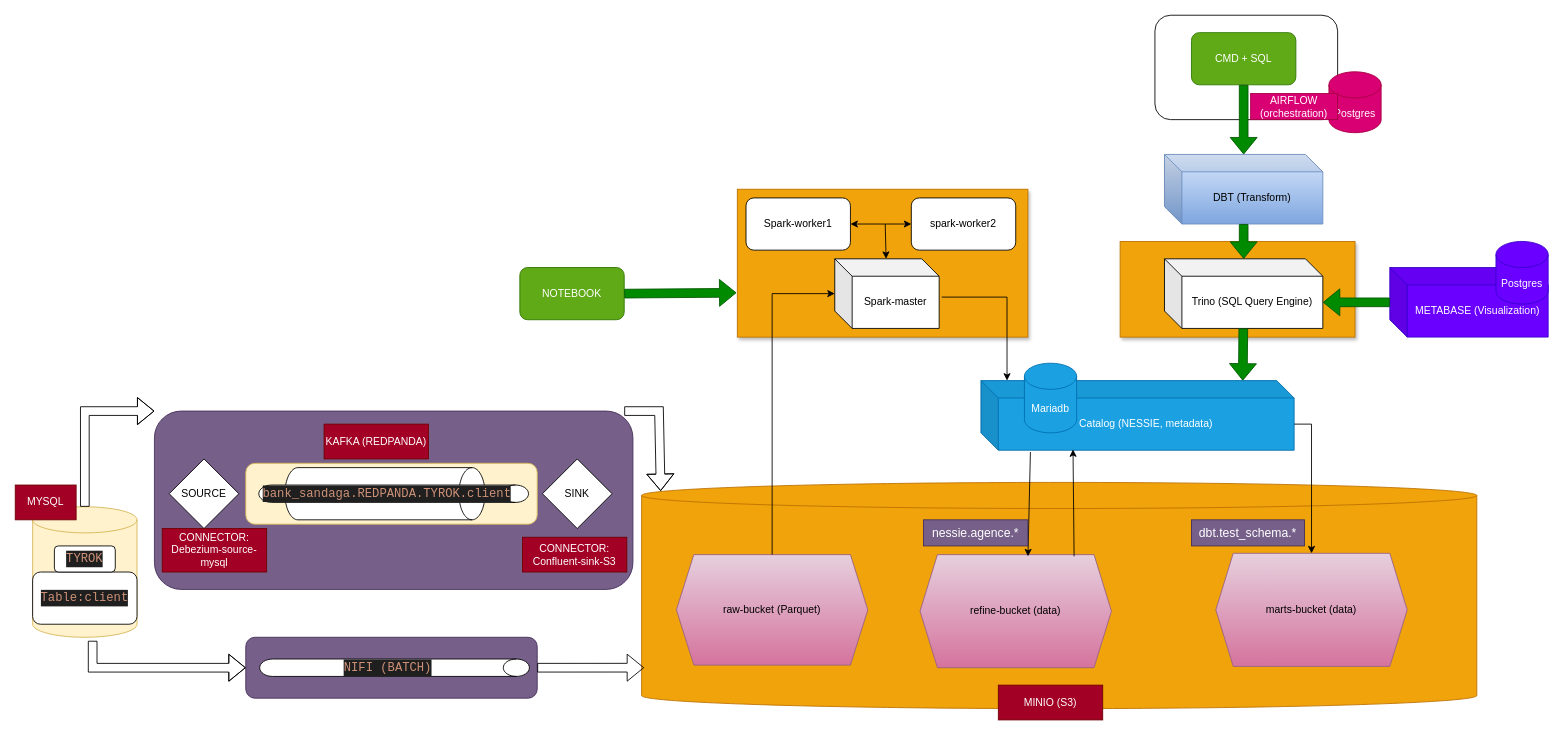
The draw.io diagram images/archi.drawio in jacquesatsaghe/bigdata_nanp, before the edit. Source tidied: cells renumbered, new cells numbered last; positions are measured from the earlier drawing's top-left corner, leaving out a move shared by most shapes. Both pictures are drawn from the tidied source at 87%, with x=0, y=0 at pixel (15, 15).
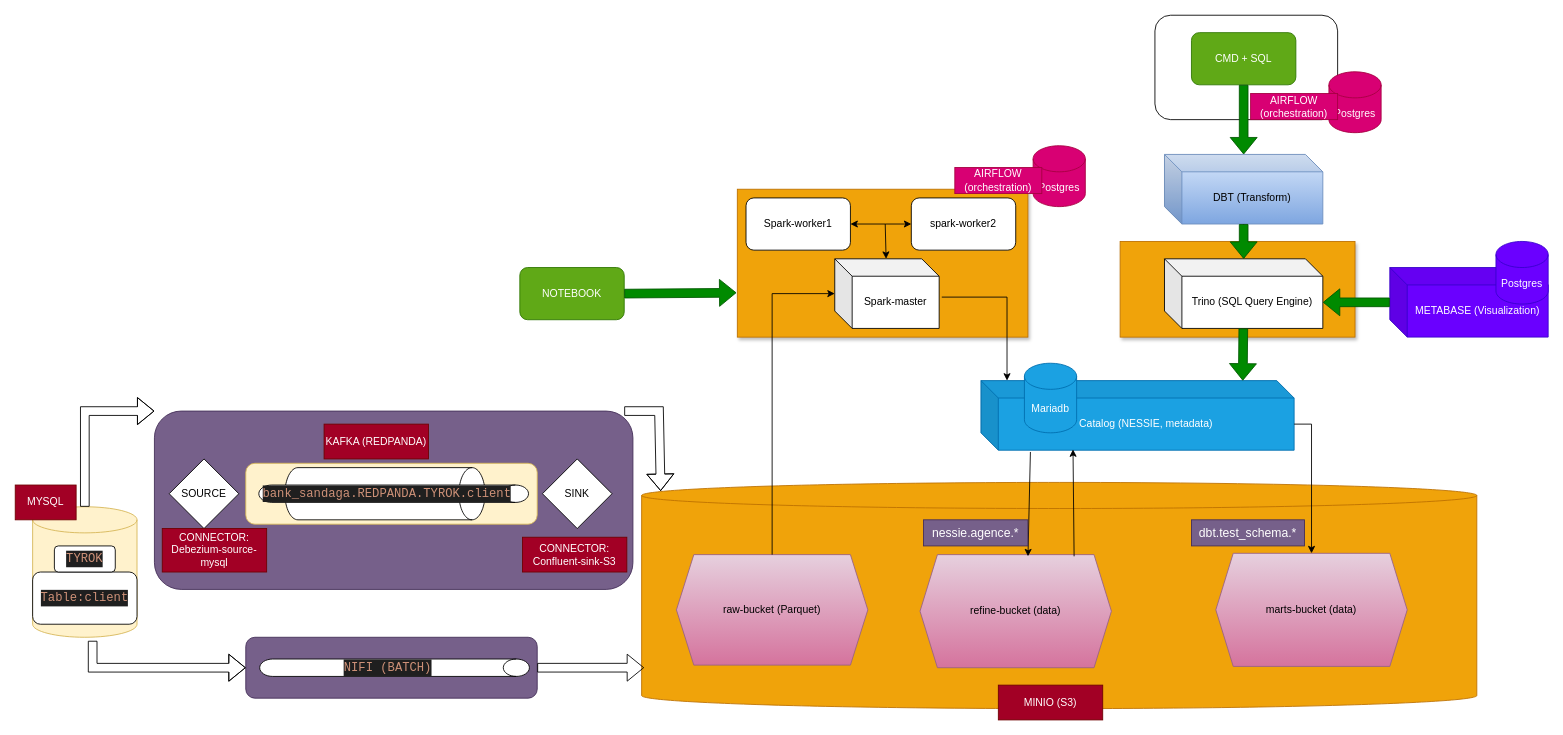
Above is the later version.

Commit message (it also covers changes not shown here):
Archi globale

Diff of the diagram source:
```diff
@@
+    <mxCell id="57" value="Postgres" style="shape=cylinder3;whiteSpace=wrap;html=1;boundedLbl=1;backgroundOutline=1;size=15;fillColor=#d80073;fontColor=#ffffff;strokeColor=#A50040;" parent="1" vertex="1">
+      <mxGeometry x="1170" y="150" width="60" height="70" as="geometry" />
+    </mxCell>
+    <mxCell id="58" value="AIRFLOW (orchestration)" style="text;html=1;align=center;verticalAlign=middle;whiteSpace=wrap;rounded=0;fillColor=#d80073;fontColor=#ffffff;strokeColor=#A50040;" parent="1" vertex="1">
+      <mxGeometry x="1080" y="175" width="100" height="30" as="geometry" />
+    </mxCell>
```
